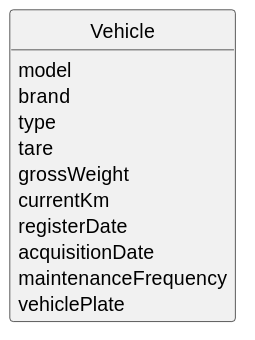
The PlantUML diagram docs/sprintB/us006/02.analysis/svg/us006-domain-model.svg in RicardoMorim/lapr2-ISEP-Project, before a commit.
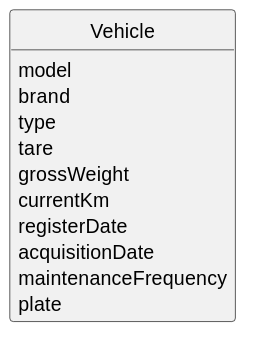
The same file after the commit.

What changed in the source:
```diff
@@ -20,6 +20,6 @@
     registerDate
     acquisitionDate
     maintenanceFrequency
-    vehiclePlate
+    plate
 }
 @enduml
```
